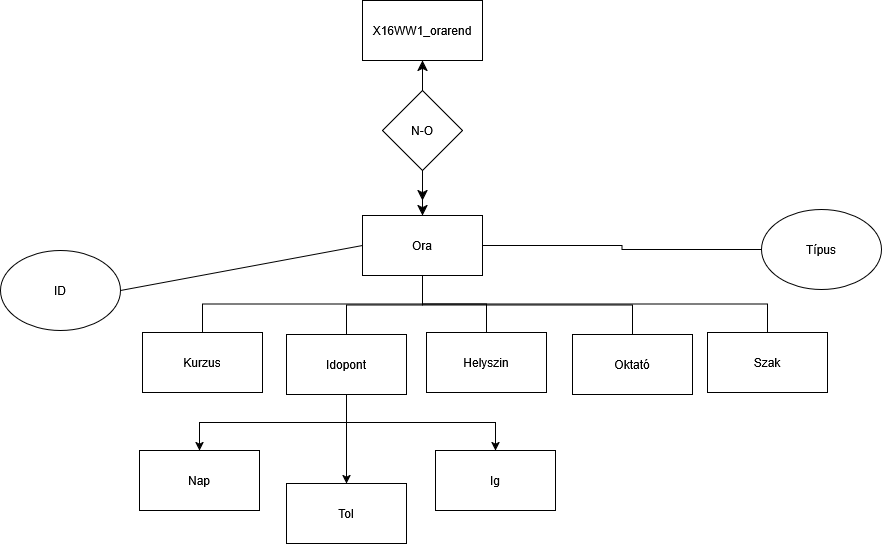
TakacsAdamUNITHE/X16WW1WebXML keeps this draw.io diagram as X16WW1_0305/X16WW1_AR.png. Above is the earlier version. Source tidied: cells renumbered, new cells last; positions are measured from the earlier drawing's top-left corner, leaving out a move shared by most shapes. Source of this version:
```xml
<mxGraphModel>
  <root>
    <mxCell id="0" />
    <mxCell id="1" parent="0" />
    <mxCell id="2" value="X16WW1_orarend" style="rounded=0;whiteSpace=wrap;html=1;" parent="1" vertex="1">
      <mxGeometry x="362" width="120" height="60" as="geometry" />
    </mxCell>
    <mxCell id="3" style="edgeStyle=orthogonalEdgeStyle;rounded=0;jettySize=auto;html=1;exitX=0.5;exitY=1;exitDx=0;exitDy=0;endArrow=none;endFill=0;startFill=0;" parent="1" edge="1" source="7" target="19">
      <mxGeometry relative="1" as="geometry" />
    </mxCell>
    <mxCell id="4" style="edgeStyle=orthogonalEdgeStyle;rounded=0;jettySize=auto;html=1;exitX=0.5;exitY=1;exitDx=0;exitDy=0;entryX=0.5;entryY=0;entryDx=0;entryDy=0;endArrow=none;endFill=0;startFill=0;" parent="1" edge="1" source="7" target="22">
      <mxGeometry relative="1" as="geometry" />
    </mxCell>
    <mxCell id="5" style="edgeStyle=orthogonalEdgeStyle;rounded=0;jettySize=auto;html=1;exitX=0.5;exitY=1;exitDx=0;exitDy=0;endArrow=none;endFill=0;startFill=0;" parent="1" edge="1" source="7" target="23">
      <mxGeometry relative="1" as="geometry" />
    </mxCell>
    <mxCell id="6" style="edgeStyle=orthogonalEdgeStyle;rounded=0;jettySize=auto;html=1;exitX=1;exitY=0.5;exitDx=0;exitDy=0;entryX=0;entryY=0.5;entryDx=0;entryDy=0;endArrow=none;startFill=0;" parent="1" edge="1" source="7" target="15">
      <mxGeometry relative="1" as="geometry" />
    </mxCell>
    <mxCell id="7" value="&lt;div&gt;Ora&lt;/div&gt;" style="rounded=0;whiteSpace=wrap;html=1;" parent="1" vertex="1">
      <mxGeometry x="362" y="215" width="120" height="60" as="geometry" />
    </mxCell>
    <mxCell id="8" value="N-O" style="rhombus;whiteSpace=wrap;html=1;" parent="1" vertex="1">
      <mxGeometry x="382" y="90" width="80" height="80" as="geometry" />
    </mxCell>
    <mxCell id="9" style="edgeStyle=none;curved=1;rounded=0;orthogonalLoop=1;jettySize=auto;html=1;exitX=0.5;exitY=1;exitDx=0;exitDy=0;fontSize=12;startSize=8;endSize=8;" parent="1" edge="1" source="2" target="2">
      <mxGeometry relative="1" as="geometry" />
    </mxCell>
    <mxCell id="10" style="endArrow=classic;html=1;rounded=0;fontSize=12;startSize=8;endSize=8;curved=1;exitX=0.5;exitY=0;exitDx=0;exitDy=0;entryX=0.5;entryY=1;entryDx=0;entryDy=0;" parent="1" edge="1" source="8" target="2">
      <mxGeometry relative="1" as="geometry" />
    </mxCell>
    <mxCell id="11" style="endArrow=classic;html=1;rounded=0;fontSize=12;startSize=8;endSize=8;curved=1;exitX=0.5;exitY=1;exitDx=0;exitDy=0;entryX=0.5;entryY=0;entryDx=0;entryDy=0;" parent="1" edge="1" source="8" target="7">
      <mxGeometry relative="1" as="geometry" />
    </mxCell>
    <mxCell id="12" style="endArrow=classic;html=1;rounded=0;fontSize=12;startSize=8;endSize=8;curved=1;exitX=0.5;exitY=1;exitDx=0;exitDy=0;" parent="1" edge="1" source="8">
      <mxGeometry relative="1" as="geometry">
        <mxPoint x="422" y="200" as="targetPoint" />
      </mxGeometry>
    </mxCell>
    <mxCell id="13" value="ID" style="ellipse;whiteSpace=wrap;html=1;" parent="1" vertex="1">
      <mxGeometry y="250" width="120" height="80" as="geometry" />
    </mxCell>
    <mxCell id="14" style="edgeStyle=none;curved=1;rounded=0;orthogonalLoop=1;jettySize=auto;html=1;exitX=0.75;exitY=0;exitDx=0;exitDy=0;fontSize=12;startSize=8;endSize=8;" parent="1" edge="1">
      <mxGeometry relative="1" as="geometry">
        <mxPoint x="637" y="329" as="sourcePoint" />
        <mxPoint x="637" y="329" as="targetPoint" />
      </mxGeometry>
    </mxCell>
    <mxCell id="15" value="&lt;div&gt;Típus&lt;/div&gt;" style="ellipse;whiteSpace=wrap;html=1;" parent="1" vertex="1">
      <mxGeometry x="761" y="209" width="120" height="80" as="geometry" />
    </mxCell>
    <mxCell id="16" style="edgeStyle=orthogonalEdgeStyle;rounded=0;jettySize=auto;html=1;exitX=0.5;exitY=1;exitDx=0;exitDy=0;entryX=0.5;entryY=0;entryDx=0;entryDy=0;" parent="1" edge="1" source="19" target="29">
      <mxGeometry relative="1" as="geometry" />
    </mxCell>
    <mxCell id="17" style="edgeStyle=orthogonalEdgeStyle;rounded=0;jettySize=auto;html=1;exitX=0.5;exitY=1;exitDx=0;exitDy=0;entryX=0.5;entryY=0;entryDx=0;entryDy=0;" parent="1" edge="1" source="19" target="28">
      <mxGeometry relative="1" as="geometry" />
    </mxCell>
    <mxCell id="18" style="edgeStyle=orthogonalEdgeStyle;rounded=0;jettySize=auto;html=1;exitX=0.5;exitY=1;exitDx=0;exitDy=0;entryX=0.5;entryY=0;entryDx=0;entryDy=0;" parent="1" edge="1" source="19" target="27">
      <mxGeometry relative="1" as="geometry" />
    </mxCell>
    <mxCell id="19" value="Idopont" style="rounded=0;whiteSpace=wrap;html=1;" parent="1" vertex="1">
      <mxGeometry x="286" y="334" width="120" height="60" as="geometry" />
    </mxCell>
    <mxCell id="20" style="edgeStyle=orthogonalEdgeStyle;rounded=0;jettySize=auto;html=1;exitX=0.5;exitY=0;exitDx=0;exitDy=0;entryX=0.5;entryY=1;entryDx=0;entryDy=0;strokeColor=default;endArrow=none;startFill=0;" parent="1" edge="1" source="21" target="7">
      <mxGeometry relative="1" as="geometry" />
    </mxCell>
    <mxCell id="21" value="&lt;div&gt;Kurzus&lt;/div&gt;" style="rounded=0;whiteSpace=wrap;html=1;" parent="1" vertex="1">
      <mxGeometry x="142" y="332" width="120" height="60" as="geometry" />
    </mxCell>
    <mxCell id="22" value="Helyszin" style="rounded=0;whiteSpace=wrap;html=1;" parent="1" vertex="1">
      <mxGeometry x="426" y="332" width="120" height="60" as="geometry" />
    </mxCell>
    <mxCell id="23" value="Oktató" style="rounded=0;whiteSpace=wrap;html=1;" parent="1" vertex="1">
      <mxGeometry x="572" y="334" width="120" height="60" as="geometry" />
    </mxCell>
    <mxCell id="24" style="endArrow=none;html=1;rounded=0;exitX=1;exitY=0.5;exitDx=0;exitDy=0;entryX=0;entryY=0.5;entryDx=0;entryDy=0;" parent="1" edge="1" source="13" target="7">
      <mxGeometry relative="1" as="geometry" />
    </mxCell>
    <mxCell id="25" style="edgeStyle=orthogonalEdgeStyle;rounded=0;jettySize=auto;html=1;exitX=0.5;exitY=1;exitDx=0;exitDy=0;endArrow=none;endFill=0;startFill=0;" parent="1" edge="1" source="7" target="26">
      <mxGeometry relative="1" as="geometry" />
    </mxCell>
    <mxCell id="26" value="&lt;div&gt;Szak&lt;/div&gt;" style="rounded=0;whiteSpace=wrap;html=1;" parent="1" vertex="1">
      <mxGeometry x="707" y="332" width="120" height="60" as="geometry" />
    </mxCell>
    <mxCell id="27" value="Ig" style="rounded=0;whiteSpace=wrap;html=1;" parent="1" vertex="1">
      <mxGeometry x="435" y="450" width="120" height="60" as="geometry" />
    </mxCell>
    <mxCell id="28" value="Tol" style="rounded=0;whiteSpace=wrap;html=1;" parent="1" vertex="1">
      <mxGeometry x="286" y="483" width="120" height="60" as="geometry" />
    </mxCell>
    <mxCell id="29" value="Nap" style="rounded=0;whiteSpace=wrap;html=1;" parent="1" vertex="1">
      <mxGeometry x="139" y="450" width="120" height="60" as="geometry" />
    </mxCell>
  </root>
</mxGraphModel>
```
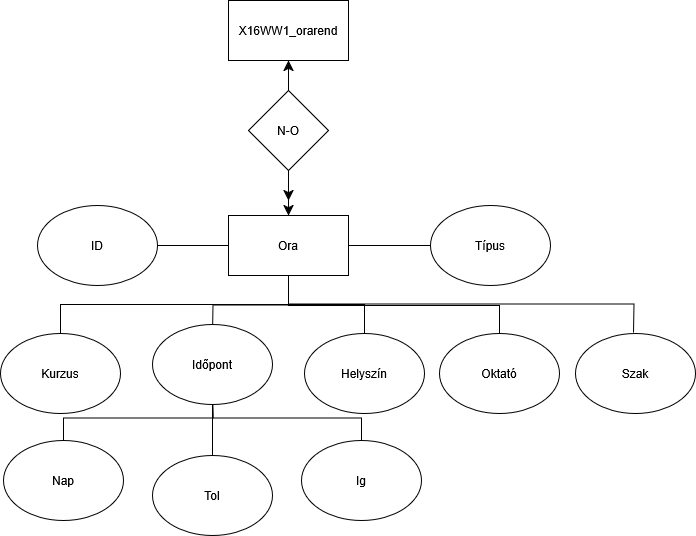
After the change.

Diff of the diagram source:
```diff
@@ -5,18 +5,26 @@
     <mxCell id="2" value="X16WW1_orarend" style="rounded=0;whiteSpace=wrap;html=1;" parent="1" vertex="1">
       <mxGeometry x="362" width="120" height="60" as="geometry" />
     </mxCell>
-    <mxCell id="3" style="edgeStyle=orthogonalEdgeStyle;rounded=0;jettySize=auto;html=1;exitX=0.5;exitY=1;exitDx=0;exitDy=0;endArrow=none;endFill=0;startFill=0;" parent="1" edge="1" source="7" target="19">
-      <mxGeometry relative="1" as="geometry" />
+    <mxCell id="3" style="edgeStyle=orthogonalEdgeStyle;rounded=0;jettySize=auto;html=1;exitX=0.5;exitY=1;exitDx=0;exitDy=0;endArrow=none;endFill=0;startFill=0;" parent="1" edge="1" source="7">
+      <mxGeometry relative="1" as="geometry">
+        <mxPoint x="346" y="334" as="targetPoint" />
+      </mxGeometry>
     </mxCell>
-    <mxCell id="4" style="edgeStyle=orthogonalEdgeStyle;rounded=0;jettySize=auto;html=1;exitX=0.5;exitY=1;exitDx=0;exitDy=0;entryX=0.5;entryY=0;entryDx=0;entryDy=0;endArrow=none;endFill=0;startFill=0;" parent="1" edge="1" source="7" target="22">
-      <mxGeometry relative="1" as="geometry" />
-    </mxCell>
-    <mxCell id="5" style="edgeStyle=orthogonalEdgeStyle;rounded=0;jettySize=auto;html=1;exitX=0.5;exitY=1;exitDx=0;exitDy=0;endArrow=none;endFill=0;startFill=0;" parent="1" edge="1" source="7" target="23">
-      <mxGeometry relative="1" as="geometry" />
+    <mxCell id="5" style="edgeStyle=orthogonalEdgeStyle;rounded=0;jettySize=auto;html=1;exitX=0.5;exitY=1;exitDx=0;exitDy=0;endArrow=none;endFill=0;startFill=0;entryX=0.5;entryY=0;entryDx=0;entryDy=0;" parent="1" edge="1" source="7" target="23">
+      <mxGeometry relative="1" as="geometry">
+        <Array as="points">
+          <mxPoint x="422" y="305" />
+          <mxPoint x="633" y="305" />
+          <mxPoint x="633" y="322" />
+        </Array>
+      </mxGeometry>
     </mxCell>
     <mxCell id="6" style="edgeStyle=orthogonalEdgeStyle;rounded=0;jettySize=auto;html=1;exitX=1;exitY=0.5;exitDx=0;exitDy=0;entryX=0;entryY=0.5;entryDx=0;entryDy=0;endArrow=none;startFill=0;" parent="1" edge="1" source="7" target="15">
       <mxGeometry relative="1" as="geometry" />
     </mxCell>
+    <mxCell id="30" style="edgeStyle=orthogonalEdgeStyle;rounded=0;jettySize=auto;html=1;exitX=0.5;exitY=1;exitDx=0;exitDy=0;entryX=0.5;entryY=0;entryDx=0;entryDy=0;endArrow=none;startFill=0;" parent="1" edge="1" source="7" target="31">
+      <mxGeometry relative="1" as="geometry" />
+    </mxCell>
     <mxCell id="7" value="&lt;div&gt;Ora&lt;/div&gt;" style="rounded=0;whiteSpace=wrap;html=1;" parent="1" vertex="1">
       <mxGeometry x="362" y="215" width="120" height="60" as="geometry" />
     </mxCell>
@@ -38,7 +46,7 @@
       </mxGeometry>
     </mxCell>
     <mxCell id="13" value="ID" style="ellipse;whiteSpace=wrap;html=1;" parent="1" vertex="1">
-      <mxGeometry y="250" width="120" height="80" as="geometry" />
+      <mxGeometry x="171" y="205" width="120" height="80" as="geometry" />
     </mxCell>
     <mxCell id="14" style="edgeStyle=none;curved=1;rounded=0;orthogonalLoop=1;jettySize=auto;html=1;exitX=0.75;exitY=0;exitDx=0;exitDy=0;fontSize=12;startSize=8;endSize=8;" parent="1" edge="1">
       <mxGeometry relative="1" as="geometry">
@@ -47,49 +55,57 @@
       </mxGeometry>
     </mxCell>
     <mxCell id="15" value="&lt;div&gt;Típus&lt;/div&gt;" style="ellipse;whiteSpace=wrap;html=1;" parent="1" vertex="1">
-      <mxGeometry x="761" y="209" width="120" height="80" as="geometry" />
+      <mxGeometry x="564" y="205" width="120" height="80" as="geometry" />
     </mxCell>
-    <mxCell id="16" style="edgeStyle=orthogonalEdgeStyle;rounded=0;jettySize=auto;html=1;exitX=0.5;exitY=1;exitDx=0;exitDy=0;entryX=0.5;entryY=0;entryDx=0;entryDy=0;" parent="1" edge="1" source="19" target="29">
-      <mxGeometry relative="1" as="geometry" />
-    </mxCell>
-    <mxCell id="17" style="edgeStyle=orthogonalEdgeStyle;rounded=0;jettySize=auto;html=1;exitX=0.5;exitY=1;exitDx=0;exitDy=0;entryX=0.5;entryY=0;entryDx=0;entryDy=0;" parent="1" edge="1" source="19" target="28">
-      <mxGeometry relative="1" as="geometry" />
-    </mxCell>
-    <mxCell id="18" style="edgeStyle=orthogonalEdgeStyle;rounded=0;jettySize=auto;html=1;exitX=0.5;exitY=1;exitDx=0;exitDy=0;entryX=0.5;entryY=0;entryDx=0;entryDy=0;" parent="1" edge="1" source="19" target="27">
-      <mxGeometry relative="1" as="geometry" />
-    </mxCell>
-    <mxCell id="19" value="Idopont" style="rounded=0;whiteSpace=wrap;html=1;" parent="1" vertex="1">
-      <mxGeometry x="286" y="334" width="120" height="60" as="geometry" />
-    </mxCell>
+    <mxCell id="24" style="endArrow=none;html=1;rounded=0;exitX=1;exitY=0.5;exitDx=0;exitDy=0;entryX=0;entryY=0.5;entryDx=0;entryDy=0;" parent="1" edge="1" source="13" target="7">
+      <mxGeometry relative="1" as="geometry" />
+    </mxCell>
+    <mxCell id="25" style="edgeStyle=orthogonalEdgeStyle;rounded=0;jettySize=auto;html=1;exitX=0.5;exitY=1;exitDx=0;exitDy=0;endArrow=none;endFill=0;startFill=0;" parent="1" edge="1" source="7">
+      <mxGeometry relative="1" as="geometry">
+        <mxPoint x="767" y="332" as="targetPoint" />
+      </mxGeometry>
+    </mxCell>
-    <mxCell id="20" style="edgeStyle=orthogonalEdgeStyle;rounded=0;jettySize=auto;html=1;exitX=0.5;exitY=0;exitDx=0;exitDy=0;entryX=0.5;entryY=1;entryDx=0;entryDy=0;strokeColor=default;endArrow=none;startFill=0;" parent="1" edge="1" source="21" target="7">
+    <mxCell id="20" style="edgeStyle=orthogonalEdgeStyle;rounded=0;jettySize=auto;html=1;exitX=0.5;exitY=0;exitDx=0;exitDy=0;entryX=0.5;entryY=1;entryDx=0;entryDy=0;endArrow=none;startFill=0;" parent="1" edge="1" source="21" target="7">
       <mxGeometry relative="1" as="geometry" />
     </mxCell>
-    <mxCell id="21" value="&lt;div&gt;Kurzus&lt;/div&gt;" style="rounded=0;whiteSpace=wrap;html=1;" parent="1" vertex="1">
-      <mxGeometry x="142" y="332" width="120" height="60" as="geometry" />
+    <mxCell id="21" value="&lt;div&gt;Kurzus&lt;/div&gt;" style="ellipse;whiteSpace=wrap;html=1;" parent="1" vertex="1">
+      <mxGeometry x="134" y="333" width="120" height="80" as="geometry" />
     </mxCell>
-    <mxCell id="22" value="Helyszin" style="rounded=0;whiteSpace=wrap;html=1;" parent="1" vertex="1">
-      <mxGeometry x="426" y="332" width="120" height="60" as="geometry" />
-    </mxCell>
+    <mxCell id="31" value="&lt;div&gt;Helyszín&lt;/div&gt;" style="ellipse;whiteSpace=wrap;html=1;" parent="1" vertex="1">
+      <mxGeometry x="438" y="333" width="120" height="80" as="geometry" />
+    </mxCell>
-    <mxCell id="23" value="Oktató" style="rounded=0;whiteSpace=wrap;html=1;" parent="1" vertex="1">
-      <mxGeometry x="572" y="334" width="120" height="60" as="geometry" />
+    <mxCell id="23" value="Oktató" style="ellipse;whiteSpace=wrap;html=1;" parent="1" vertex="1">
+      <mxGeometry x="573" y="333" width="120" height="80" as="geometry" />
     </mxCell>
-    <mxCell id="24" style="endArrow=none;html=1;rounded=0;exitX=1;exitY=0.5;exitDx=0;exitDy=0;entryX=0;entryY=0.5;entryDx=0;entryDy=0;" parent="1" edge="1" source="13" target="7">
-      <mxGeometry relative="1" as="geometry" />
-    </mxCell>
-    <mxCell id="25" style="edgeStyle=orthogonalEdgeStyle;rounded=0;jettySize=auto;html=1;exitX=0.5;exitY=1;exitDx=0;exitDy=0;endArrow=none;endFill=0;startFill=0;" parent="1" edge="1" source="7" target="26">
-      <mxGeometry relative="1" as="geometry" />
-    </mxCell>
-    <mxCell id="26" value="&lt;div&gt;Szak&lt;/div&gt;" style="rounded=0;whiteSpace=wrap;html=1;" parent="1" vertex="1">
-      <mxGeometry x="707" y="332" width="120" height="60" as="geometry" />
+    <mxCell id="26" value="Szak" style="ellipse;whiteSpace=wrap;html=1;" parent="1" vertex="1">
+      <mxGeometry x="709" y="333" width="120" height="80" as="geometry" />
     </mxCell>
+    <mxCell id="32" style="edgeStyle=orthogonalEdgeStyle;rounded=0;jettySize=auto;html=1;exitX=0.5;exitY=0;exitDx=0;exitDy=0;entryX=0.5;entryY=1;entryDx=0;entryDy=0;endArrow=none;startFill=0;" parent="1" edge="1" source="29">
+      <mxGeometry relative="1" as="geometry">
+        <mxPoint x="346" y="394" as="targetPoint" />
+      </mxGeometry>
+    </mxCell>
+    <mxCell id="29" value="Nap" style="ellipse;whiteSpace=wrap;html=1;" parent="1" vertex="1">
+      <mxGeometry x="137" y="440" width="120" height="80" as="geometry" />
+    </mxCell>
+    <mxCell id="33" style="edgeStyle=orthogonalEdgeStyle;rounded=0;jettySize=auto;html=1;exitX=0.5;exitY=0;exitDx=0;exitDy=0;entryX=0.5;entryY=1;entryDx=0;entryDy=0;endArrow=none;startFill=0;" parent="1" edge="1" source="28">
+      <mxGeometry relative="1" as="geometry">
+        <mxPoint x="346" y="394" as="targetPoint" />
+      </mxGeometry>
+    </mxCell>
+    <mxCell id="28" value="Tol" style="ellipse;whiteSpace=wrap;html=1;" parent="1" vertex="1">
+      <mxGeometry x="286" y="455" width="120" height="80" as="geometry" />
+    </mxCell>
+    <mxCell id="34" style="edgeStyle=orthogonalEdgeStyle;rounded=0;jettySize=auto;html=1;exitX=0.5;exitY=0;exitDx=0;exitDy=0;entryX=0.5;entryY=1;entryDx=0;entryDy=0;endArrow=none;startFill=0;" parent="1" edge="1" source="27">
+      <mxGeometry relative="1" as="geometry">
+        <mxPoint x="346" y="394" as="targetPoint" />
+      </mxGeometry>
+    </mxCell>
-    <mxCell id="27" value="Ig" style="rounded=0;whiteSpace=wrap;html=1;" parent="1" vertex="1">
-      <mxGeometry x="435" y="450" width="120" height="60" as="geometry" />
+    <mxCell id="27" value="Ig" style="ellipse;whiteSpace=wrap;html=1;" parent="1" vertex="1">
+      <mxGeometry x="435" y="440" width="120" height="80" as="geometry" />
     </mxCell>
-    <mxCell id="28" value="Tol" style="rounded=0;whiteSpace=wrap;html=1;" parent="1" vertex="1">
-      <mxGeometry x="286" y="483" width="120" height="60" as="geometry" />
-    </mxCell>
-    <mxCell id="29" value="Nap" style="rounded=0;whiteSpace=wrap;html=1;" parent="1" vertex="1">
-      <mxGeometry x="139" y="450" width="120" height="60" as="geometry" />
-    </mxCell>
+    <mxCell id="35" value="&lt;div&gt;Időpont&lt;/div&gt;" style="ellipse;whiteSpace=wrap;html=1;" parent="1" vertex="1">
+      <mxGeometry x="286" y="324" width="120" height="80" as="geometry" />
+    </mxCell>
   </root>
 </mxGraphModel>
```
